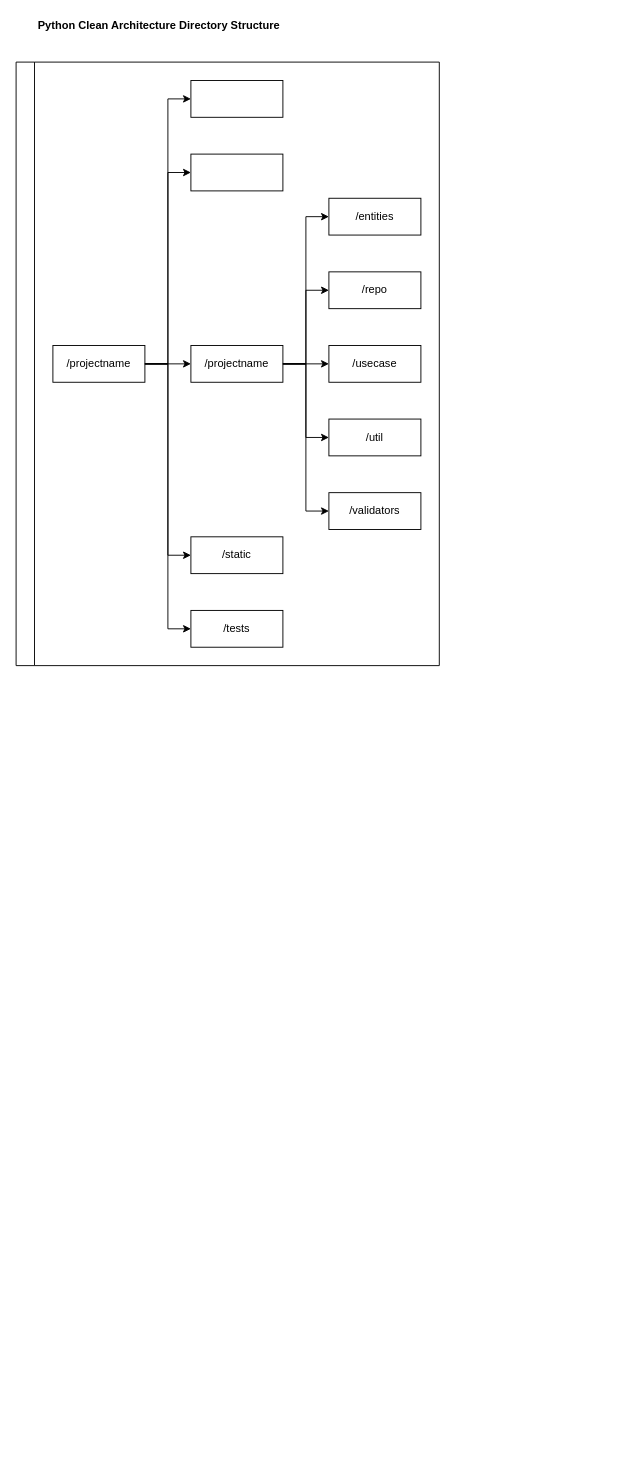
rrigato/architecture keeps this draw.io diagram as page "python_directory_structure" (2 of 2) of clean_architecture/software_design.drawio. Above is the earlier version. Source tidied: cells renumbered, new cells numbered last; positions are measured from the earlier drawing's top-left corner, leaving out a move shared by most shapes. Both pictures are drawn from the tidied source at 92%, with x=0, y=0 at pixel (16, 16).
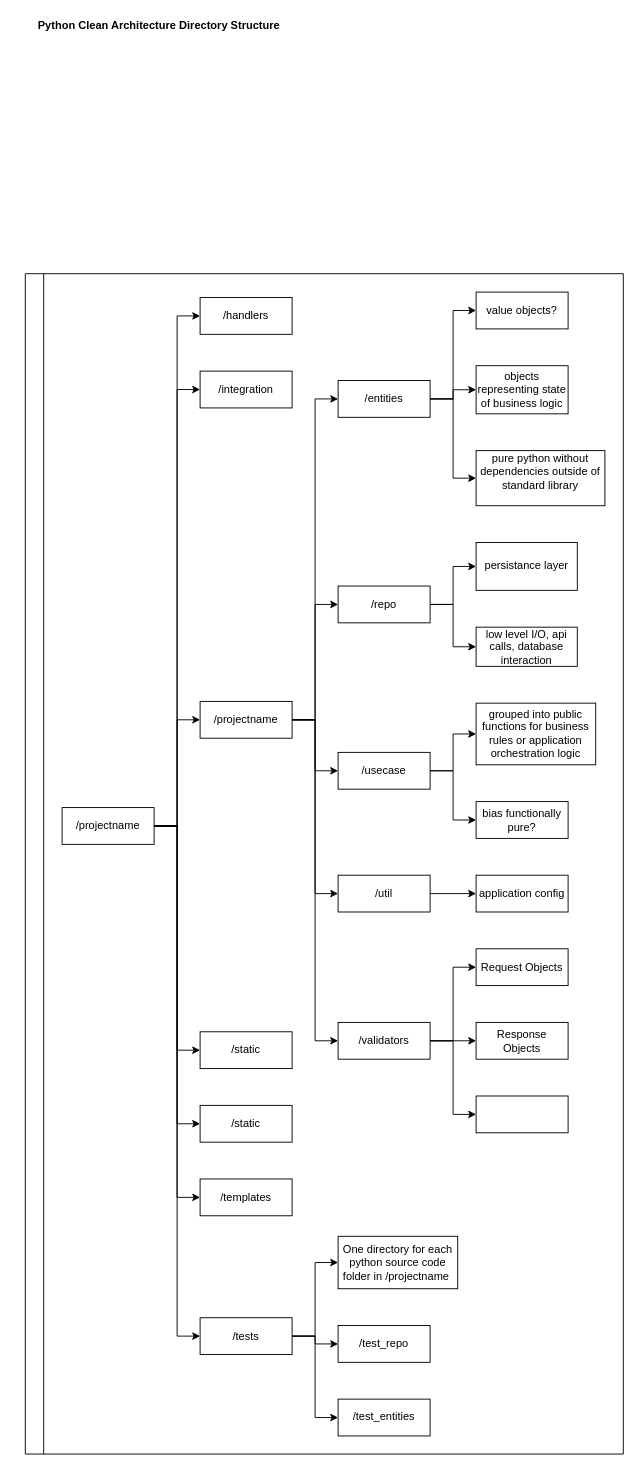
Above is the later version.

Diff of the diagram source:
```diff
@@
     <mxCell id="2" value="&lt;br&gt;" style="swimlane;html=1;startSize=20;horizontal=0;horizontalTree=1;containerType=tree;" parent="1" vertex="1">
-      <mxGeometry y="50" width="460" height="656" as="geometry" />
+      <mxGeometry x="10" y="280" width="650" height="1283" as="geometry" />
     </mxCell>
     <mxCell id="3" value="/projectname" style="whiteSpace=wrap;html=1;" parent="2" vertex="1">
-      <mxGeometry x="40" y="308" width="100" height="40" as="geometry" />
+      <mxGeometry x="40" y="580.3" width="100" height="40" as="geometry" />
     </mxCell>
-    <mxCell id="4" style="whiteSpace=wrap;html=1;" parent="2" vertex="1">
-      <mxGeometry x="190" y="20" width="100" height="40" as="geometry" />
+    <mxCell id="4" value="/handlers" style="whiteSpace=wrap;html=1;" parent="2" vertex="1">
+      <mxGeometry x="190" y="25.9" width="100" height="40" as="geometry" />
     </mxCell>
@@
-    <mxCell id="6" style="whiteSpace=wrap;html=1;" parent="2" vertex="1">
-      <mxGeometry x="190" y="100" width="100" height="40" as="geometry" />
+    <mxCell id="6" value="/integration" style="whiteSpace=wrap;html=1;" parent="2" vertex="1">
+      <mxGeometry x="190" y="105.9" width="100" height="40" as="geometry" />
     </mxCell>
@@
     <mxCell id="9" value="/projectname" style="whiteSpace=wrap;html=1;" parent="2" vertex="1">
-      <mxGeometry x="190" y="308" width="100" height="40" as="geometry" />
+      <mxGeometry x="190" y="464.9" width="100" height="40" as="geometry" />
     </mxCell>
@@
     <mxCell id="11" value="/static" style="whiteSpace=wrap;html=1;" parent="2" vertex="1">
-      <mxGeometry x="190" y="516" width="100" height="40" as="geometry" />
+      <mxGeometry x="190" y="824" width="100" height="40" as="geometry" />
     </mxCell>
@@
     <mxCell id="13" value="/tests" style="whiteSpace=wrap;html=1;" parent="2" vertex="1">
-      <mxGeometry x="190" y="596" width="100" height="40" as="geometry" />
+      <mxGeometry x="190" y="1134.8" width="100" height="40" as="geometry" />
     </mxCell>
@@
     <mxCell id="15" value="/entities" style="whiteSpace=wrap;html=1;" parent="2" vertex="1">
-      <mxGeometry x="340" y="148" width="100" height="40" as="geometry" />
+      <mxGeometry x="340" y="116.1" width="100" height="40" as="geometry" />
     </mxCell>
@@
     <mxCell id="17" value="/repo" style="whiteSpace=wrap;html=1;" parent="2" vertex="1">
-      <mxGeometry x="340" y="228" width="100" height="40" as="geometry" />
+      <mxGeometry x="340" y="339.5" width="100" height="40" as="geometry" />
     </mxCell>
@@
     <mxCell id="19" value="/usecase" style="whiteSpace=wrap;html=1;" parent="2" vertex="1">
-      <mxGeometry x="340" y="308" width="100" height="40" as="geometry" />
+      <mxGeometry x="340" y="520.3" width="100" height="40" as="geometry" />
     </mxCell>
@@
     <mxCell id="21" value="/util" style="whiteSpace=wrap;html=1;" parent="2" vertex="1">
-      <mxGeometry x="340" y="388" width="100" height="40" as="geometry" />
+      <mxGeometry x="340" y="653.8" width="100" height="40" as="geometry" />
     </mxCell>
@@
     <mxCell id="23" value="/validators" style="whiteSpace=wrap;html=1;" parent="2" vertex="1">
-      <mxGeometry x="340" y="468" width="100" height="40" as="geometry" />
+      <mxGeometry x="340" y="813.8" width="100" height="40" as="geometry" />
     </mxCell>
+    <mxCell id="25" style="edgeStyle=elbowEdgeStyle;elbow=horizontal;html=1;rounded=0;" parent="2" edge="1" source="13" target="26">
+      <mxGeometry relative="1" as="geometry" />
+    </mxCell>
+    <mxCell id="26" value="/test_entities" style="whiteSpace=wrap;html=1;" parent="2" vertex="1">
+      <mxGeometry x="340" y="1223.3" width="100" height="40" as="geometry" />
+    </mxCell>
+    <mxCell id="27" style="edgeStyle=elbowEdgeStyle;elbow=horizontal;html=1;rounded=0;" parent="2" edge="1" source="13" target="28">
+      <mxGeometry relative="1" as="geometry" />
+    </mxCell>
+    <mxCell id="28" value="/test_repo" style="whiteSpace=wrap;html=1;" parent="2" vertex="1">
+      <mxGeometry x="340" y="1143.3" width="100" height="40" as="geometry" />
+    </mxCell>
+    <mxCell id="29" style="edgeStyle=elbowEdgeStyle;elbow=horizontal;html=1;rounded=0;" parent="2" edge="1" source="15" target="30">
+      <mxGeometry relative="1" as="geometry" />
+    </mxCell>
+    <mxCell id="30" value="value objects?" style="whiteSpace=wrap;html=1;" parent="2" vertex="1">
+      <mxGeometry x="490" y="20" width="100" height="40" as="geometry" />
+    </mxCell>
+    <mxCell id="31" style="edgeStyle=elbowEdgeStyle;elbow=horizontal;html=1;rounded=0;" parent="2" edge="1" source="17" target="32">
+      <mxGeometry relative="1" as="geometry" />
+    </mxCell>
+    <mxCell id="32" value="persistance layer" style="whiteSpace=wrap;html=1;" parent="2" vertex="1">
+      <mxGeometry x="490" y="292.2" width="110" height="52" as="geometry" />
+    </mxCell>
+    <mxCell id="33" style="edgeStyle=elbowEdgeStyle;elbow=horizontal;html=1;rounded=0;" parent="2" edge="1" source="19" target="34">
+      <mxGeometry relative="1" as="geometry" />
+    </mxCell>
+    <mxCell id="34" value="grouped into public functions for business rules or application orchestration logic" style="whiteSpace=wrap;html=1;" parent="2" vertex="1">
+      <mxGeometry x="490" y="466.8" width="130" height="67" as="geometry" />
+    </mxCell>
+    <mxCell id="35" style="edgeStyle=elbowEdgeStyle;elbow=horizontal;html=1;rounded=0;" parent="2" edge="1" source="19" target="36">
+      <mxGeometry relative="1" as="geometry" />
+    </mxCell>
+    <mxCell id="36" value="bias functionally pure?" style="whiteSpace=wrap;html=1;" parent="2" vertex="1">
+      <mxGeometry x="490" y="573.8" width="100" height="40" as="geometry" />
+    </mxCell>
+    <mxCell id="37" style="edgeStyle=elbowEdgeStyle;elbow=horizontal;html=1;rounded=0;" parent="2" edge="1" source="15" target="38">
+      <mxGeometry relative="1" as="geometry" />
+    </mxCell>
+    <mxCell id="38" value="objects representing state of business logic" style="whiteSpace=wrap;html=1;" parent="2" vertex="1">
+      <mxGeometry x="490" y="100" width="100" height="52.3" as="geometry" />
+    </mxCell>
+    <mxCell id="39" style="edgeStyle=elbowEdgeStyle;elbow=horizontal;html=1;rounded=0;" parent="2" edge="1" source="15" target="40">
+      <mxGeometry relative="1" as="geometry" />
+    </mxCell>
+    <mxCell id="40" value="pure python without dependencies outside of standard library&lt;br&gt;&amp;nbsp;" style="whiteSpace=wrap;html=1;" parent="2" vertex="1">
+      <mxGeometry x="490" y="192.3" width="140" height="59.9" as="geometry" />
+    </mxCell>
+    <mxCell id="41" style="edgeStyle=elbowEdgeStyle;elbow=horizontal;html=1;rounded=0;" parent="2" edge="1" source="3" target="42">
+      <mxGeometry relative="1" as="geometry" />
+    </mxCell>
+    <mxCell id="42" value="/static" style="whiteSpace=wrap;html=1;" parent="2" vertex="1">
+      <mxGeometry x="190" y="904" width="100" height="40" as="geometry" />
+    </mxCell>
+    <mxCell id="43" value="One directory for each python source code folder in /projectname&amp;nbsp;" style="whiteSpace=wrap;html=1;" parent="2" vertex="1">
+      <mxGeometry x="340" y="1046.3" width="130" height="57" as="geometry" />
+    </mxCell>
+    <mxCell id="44" style="edgeStyle=elbowEdgeStyle;elbow=horizontal;html=1;rounded=0;" parent="2" edge="1" source="13" target="43">
+      <mxGeometry relative="1" as="geometry" />
+    </mxCell>
+    <mxCell id="45" style="edgeStyle=elbowEdgeStyle;elbow=horizontal;html=1;rounded=0;" parent="2" edge="1" source="17" target="46">
+      <mxGeometry relative="1" as="geometry" />
+    </mxCell>
+    <mxCell id="46" value="low level I/O, api calls, database interaction" style="whiteSpace=wrap;html=1;" parent="2" vertex="1">
+      <mxGeometry x="490" y="384.2" width="110" height="42.6" as="geometry" />
+    </mxCell>
+    <mxCell id="47" style="edgeStyle=elbowEdgeStyle;elbow=horizontal;html=1;rounded=0;" parent="2" edge="1" source="21" target="48">
+      <mxGeometry relative="1" as="geometry" />
+    </mxCell>
+    <mxCell id="48" value="application config" style="whiteSpace=wrap;html=1;" parent="2" vertex="1">
+      <mxGeometry x="490" y="653.8" width="100" height="40" as="geometry" />
+    </mxCell>
+    <mxCell id="49" style="edgeStyle=elbowEdgeStyle;elbow=horizontal;html=1;rounded=0;" parent="2" edge="1" source="23" target="50">
+      <mxGeometry relative="1" as="geometry" />
+    </mxCell>
+    <mxCell id="50" value="Request Objects&lt;br&gt;" style="whiteSpace=wrap;html=1;" parent="2" vertex="1">
+      <mxGeometry x="490" y="733.8" width="100" height="40" as="geometry" />
+    </mxCell>
+    <mxCell id="51" style="edgeStyle=elbowEdgeStyle;elbow=horizontal;html=1;rounded=0;" parent="2" edge="1" source="23" target="52">
+      <mxGeometry relative="1" as="geometry" />
+    </mxCell>
+    <mxCell id="52" value="Response Objects" style="whiteSpace=wrap;html=1;" parent="2" vertex="1">
+      <mxGeometry x="490" y="813.8" width="100" height="40" as="geometry" />
+    </mxCell>
+    <mxCell id="53" style="edgeStyle=elbowEdgeStyle;elbow=horizontal;html=1;rounded=0;" parent="2" edge="1" source="23" target="54">
+      <mxGeometry relative="1" as="geometry" />
+    </mxCell>
+    <mxCell id="54" style="whiteSpace=wrap;html=1;" parent="2" vertex="1">
+      <mxGeometry x="490" y="893.8" width="100" height="40" as="geometry" />
+    </mxCell>
+    <mxCell id="55" style="edgeStyle=elbowEdgeStyle;elbow=horizontal;html=1;rounded=0;" parent="2" edge="1" source="3" target="56">
+      <mxGeometry relative="1" as="geometry" />
+    </mxCell>
+    <mxCell id="56" value="/templates" style="whiteSpace=wrap;html=1;" parent="2" vertex="1">
+      <mxGeometry x="190" y="984" width="100" height="40" as="geometry" />
+    </mxCell>
```
